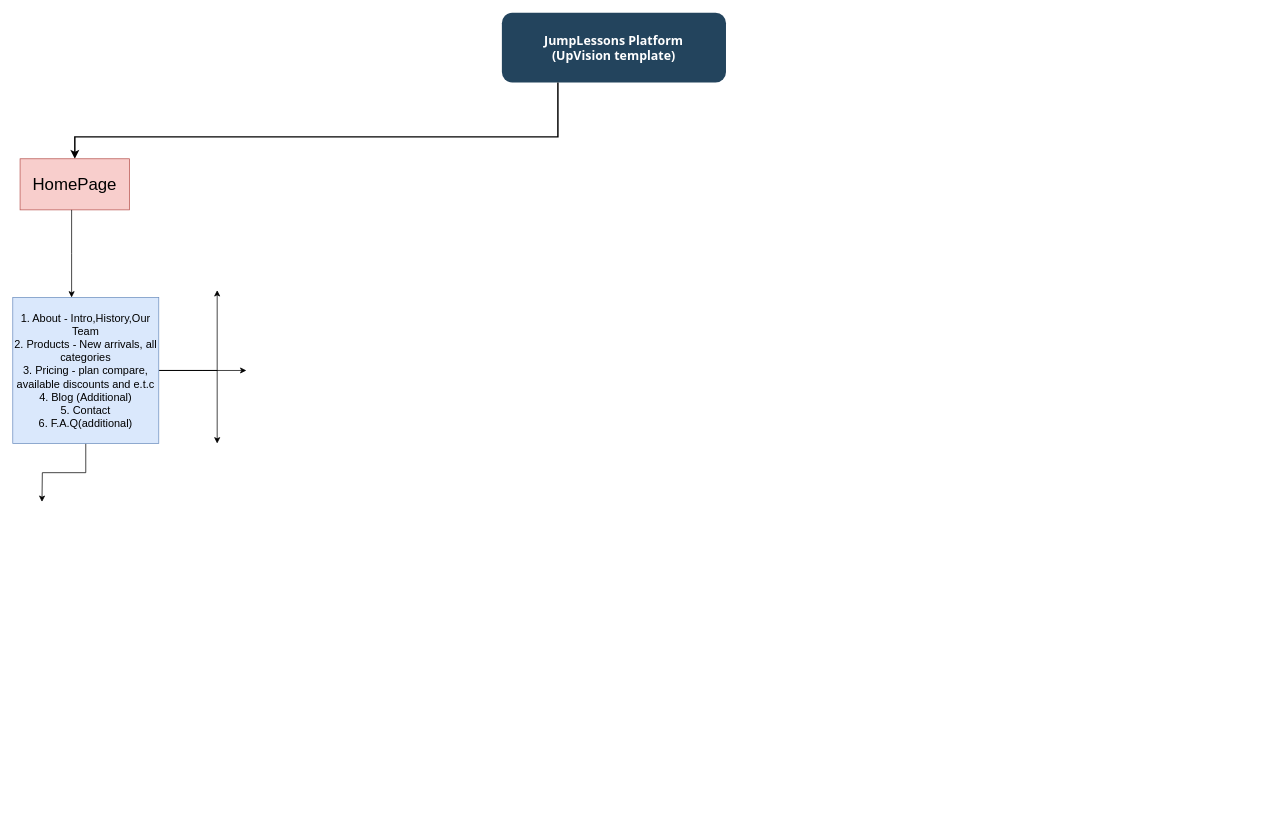
Before: Диаграмма без названия.drawio in ShangdiDeHuahey/nevermore, a draw.io diagram. Source tidied: cells renumbered, new cells numbered last; positions are measured from the earlier drawing's top-left corner, leaving out a move shared by most shapes. Both pictures are drawn from the tidied source at 73%, with x=0, y=0 at pixel (12, 12).
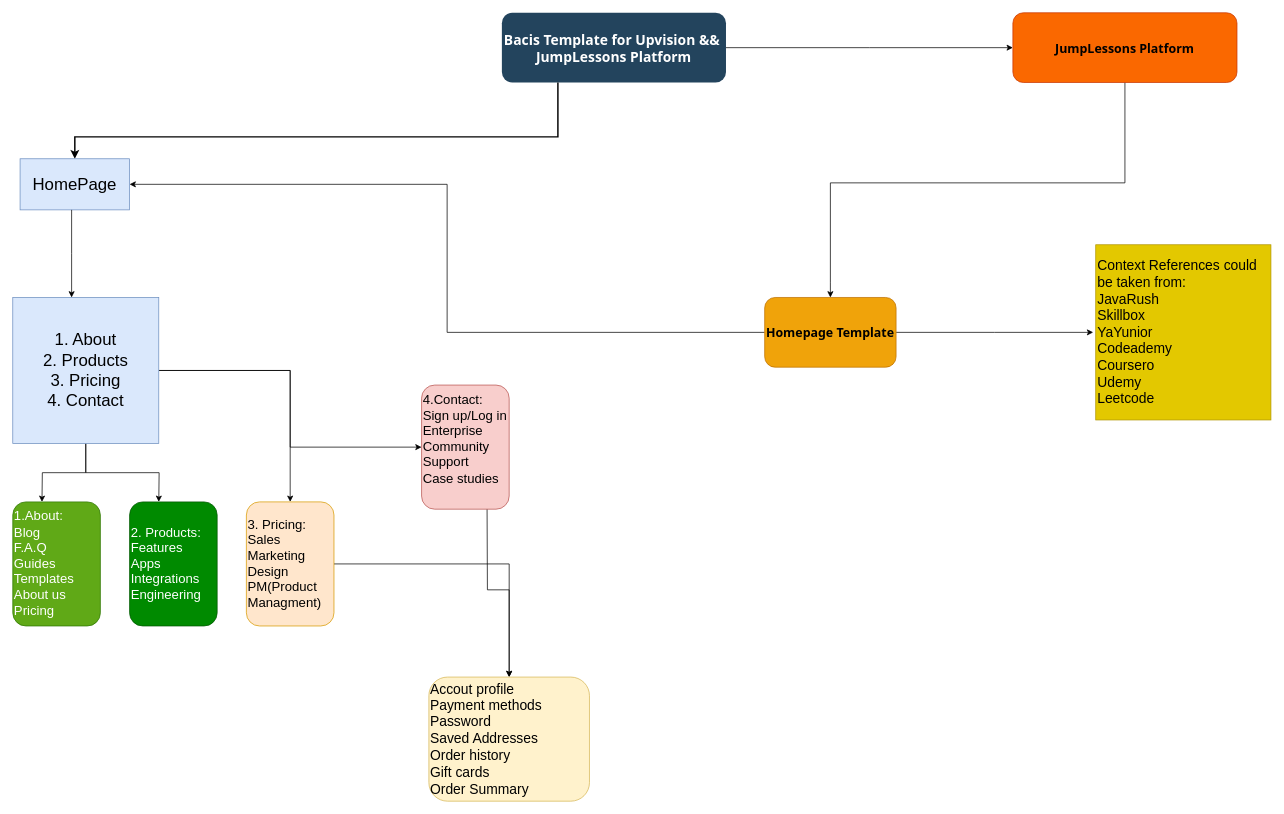
The same diagram, later.

Diff of the diagram source:
```diff
@@
+    <mxCell id="11" style="edgeStyle=orthogonalEdgeStyle;rounded=0;jettySize=auto;html=1;" parent="1" edge="1" source="2">
+      <mxGeometry relative="1" as="geometry">
+        <mxPoint x="1370" y="47.8" as="targetPoint" />
+      </mxGeometry>
+    </mxCell>
-    <mxCell id="2" value="JumpLessons Platform&#10;(UpVision template)" style="rounded=1;fillColor=#23445D;gradientColor=none;strokeColor=none;fontColor=#FFFFFF;fontStyle=1;fontFamily=Tahoma;fontSize=17;" parent="1" vertex="1">
+    <mxCell id="2" value="Bacis Template for Upvision &amp;&amp; &#10;JumpLessons Platform" style="rounded=1;fillColor=#23445D;gradientColor=none;strokeColor=none;fontColor=#FFFFFF;fontStyle=1;fontFamily=Tahoma;fontSize=19;strokeWidth=3;" parent="1" vertex="1">
       <mxGeometry x="670" width="307" height="95.5" as="geometry" />
     </mxCell>
@@
-    <mxCell id="4" value="&lt;font style=&quot;font-size: 23px;&quot;&gt;HomePage&lt;/font&gt;" style="rounded=0;whiteSpace=wrap;html=1;fillColor=#f8cecc;strokeColor=#b85450;" parent="1" vertex="1">
+    <mxCell id="4" value="&lt;font style=&quot;font-size: 23px;&quot;&gt;HomePage&lt;/font&gt;" style="rounded=0;whiteSpace=wrap;html=1;fillColor=#dae8fc;strokeColor=#6c8ebf;" parent="1" vertex="1">
       <mxGeometry x="10" y="200" width="150" height="70" as="geometry" />
     </mxCell>
@@
-    <mxCell id="6" style="edgeStyle=orthogonalEdgeStyle;rounded=0;jettySize=auto;html=1;" parent="1" edge="1" source="9">
-      <mxGeometry relative="1" as="geometry">
-        <mxPoint x="280" y="380" as="targetPoint" />
-        <Array as="points">
-          <mxPoint x="280" y="490" />
-        </Array>
-      </mxGeometry>
-    </mxCell>
-    <mxCell id="7" style="edgeStyle=orthogonalEdgeStyle;rounded=0;jettySize=auto;html=1;" parent="1" edge="1" source="9">
-      <mxGeometry relative="1" as="geometry">
-        <mxPoint x="320" y="490" as="targetPoint" />
-      </mxGeometry>
-    </mxCell>
-    <mxCell id="8" style="edgeStyle=orthogonalEdgeStyle;rounded=0;jettySize=auto;html=1;" parent="1" edge="1" source="9">
-      <mxGeometry relative="1" as="geometry">
-        <mxPoint x="280" y="590" as="targetPoint" />
-        <Array as="points">
-          <mxPoint x="280" y="490" />
-        </Array>
-      </mxGeometry>
-    </mxCell>
+    <mxCell id="12" style="edgeStyle=orthogonalEdgeStyle;rounded=0;jettySize=auto;html=1;" parent="1" edge="1" source="9">
+      <mxGeometry relative="1" as="geometry">
+        <mxPoint x="200" y="670" as="targetPoint" />
+      </mxGeometry>
+    </mxCell>
+    <mxCell id="13" style="edgeStyle=orthogonalEdgeStyle;rounded=0;jettySize=auto;html=1;" parent="1" edge="1" source="9" target="18">
+      <mxGeometry relative="1" as="geometry" />
+    </mxCell>
+    <mxCell id="14" style="edgeStyle=orthogonalEdgeStyle;rounded=0;jettySize=auto;html=1;" parent="1" edge="1" source="9" target="20">
+      <mxGeometry relative="1" as="geometry" />
+    </mxCell>
-    <mxCell id="9" value="&lt;font style=&quot;font-size: 15px;&quot;&gt;1. About - Intro,History,Our Team&lt;br&gt;2. Products - New arrivals, all categories&lt;br&gt;3. Pricing - plan compare, available discounts and e.t.c&lt;br&gt;4. Blog (Additional)&lt;br&gt;5. Contact&lt;br&gt;6. F.A.Q(additional)&lt;/font&gt;" style="whiteSpace=wrap;html=1;fillColor=#dae8fc;strokeColor=#6c8ebf;align=center;" parent="1" vertex="1">
+    <mxCell id="9" value="&lt;font style=&quot;font-size: 23px;&quot;&gt;1. About&lt;br&gt;2. Products&lt;br&gt;3. Pricing&lt;br&gt;4. Contact&lt;br&gt;&lt;/font&gt;" style="whiteSpace=wrap;html=1;fillColor=#dae8fc;strokeColor=#6c8ebf;align=center;" parent="1" vertex="1">
       <mxGeometry y="390" width="200" height="200" as="geometry" />
     </mxCell>
@@
+    <mxCell id="15" value="&lt;font style=&quot;font-size: 18px;&quot;&gt;1.About:&lt;br&gt;Blog&lt;br&gt;F.A.Q&lt;br&gt;Guides&lt;br&gt;Templates&lt;br&gt;About us&lt;br&gt;Pricing&lt;/font&gt;" style="rounded=1;whiteSpace=wrap;html=1;fillColor=#60a917;strokeColor=#2D7600;align=left;fontColor=#ffffff;" parent="1" vertex="1">
+      <mxGeometry y="670" width="120" height="170" as="geometry" />
+    </mxCell>
+    <mxCell id="16" value="&lt;span style=&quot;font-size: 18px;&quot;&gt;2. Products:&lt;br&gt;Features&lt;br&gt;Apps&lt;br&gt;Integrations&lt;br&gt;Engineering&lt;br&gt;&lt;/span&gt;" style="rounded=1;whiteSpace=wrap;html=1;fillColor=#008a00;strokeColor=#005700;align=left;fontColor=#ffffff;" parent="1" vertex="1">
+      <mxGeometry x="160" y="670" width="120" height="170" as="geometry" />
+    </mxCell>
+    <mxCell id="17" style="edgeStyle=orthogonalEdgeStyle;rounded=0;jettySize=auto;html=1;" parent="1" edge="1" source="18" target="21">
+      <mxGeometry relative="1" as="geometry" />
+    </mxCell>
+    <mxCell id="18" value="&lt;span style=&quot;font-size: 18px;&quot;&gt;3. Pricing:&lt;br&gt;Sales&lt;br&gt;Marketing&lt;br&gt;Design&lt;br&gt;PM(Product Managment)&lt;br&gt;&lt;/span&gt;" style="rounded=1;whiteSpace=wrap;html=1;fillColor=#ffe6cc;strokeColor=#d79b00;align=left;" parent="1" vertex="1">
+      <mxGeometry x="320" y="670" width="120" height="170" as="geometry" />
+    </mxCell>
+    <mxCell id="19" style="edgeStyle=orthogonalEdgeStyle;rounded=0;jettySize=auto;html=1;" parent="1" edge="1" target="21">
+      <mxGeometry relative="1" as="geometry">
+        <mxPoint x="649.7" y="670" as="sourcePoint" />
+      </mxGeometry>
+    </mxCell>
+    <mxCell id="20" value="&lt;span style=&quot;font-size: 18px;&quot;&gt;4.Contact:&lt;br&gt;Sign up/Log in&lt;br&gt;Enterprise&lt;br&gt;Community&lt;br&gt;Support&lt;br&gt;Case studies&lt;br&gt;&lt;br&gt;&lt;/span&gt;" style="rounded=1;whiteSpace=wrap;html=1;fillColor=#f8cecc;strokeColor=#b85450;align=left;" parent="1" vertex="1">
+      <mxGeometry x="560" y="510" width="120" height="170" as="geometry" />
+    </mxCell>
+    <mxCell id="21" value="&lt;font style=&quot;font-size: 19px;&quot;&gt;Accout profile&lt;br&gt;Payment methods&lt;br&gt;Password&lt;br&gt;Saved Addresses&lt;br&gt;Order history&lt;br&gt;Gift cards&lt;br&gt;Order Summary&lt;/font&gt;" style="rounded=1;whiteSpace=wrap;html=1;fillColor=#fff2cc;strokeColor=#d6b656;align=left;" parent="1" vertex="1">
+      <mxGeometry x="570" y="910" width="220" height="170" as="geometry" />
+    </mxCell>
+    <mxCell id="22" style="edgeStyle=orthogonalEdgeStyle;rounded=0;jettySize=auto;html=1;" parent="1" edge="1" source="23">
+      <mxGeometry relative="1" as="geometry">
+        <mxPoint x="1120" y="390" as="targetPoint" />
+        <Array as="points">
+          <mxPoint x="1524" y="233" />
+          <mxPoint x="1120" y="233" />
+          <mxPoint x="1120" y="370" />
+        </Array>
+      </mxGeometry>
+    </mxCell>
+    <mxCell id="23" value="JumpLessons Platform" style="rounded=1;fillColor=#fa6800;strokeColor=#C73500;fontColor=#000000;fontStyle=1;fontFamily=Tahoma;fontSize=17;" parent="1" vertex="1">
+      <mxGeometry x="1370" width="307" height="95.5" as="geometry" />
+    </mxCell>
+    <mxCell id="24" style="edgeStyle=orthogonalEdgeStyle;rounded=0;jettySize=auto;html=1;entryX=1;entryY=0.5;entryDx=0;entryDy=0;" parent="1" edge="1" source="26" target="4">
+      <mxGeometry relative="1" as="geometry" />
+    </mxCell>
+    <mxCell id="25" style="edgeStyle=orthogonalEdgeStyle;rounded=0;jettySize=auto;html=1;" parent="1" edge="1" source="26">
+      <mxGeometry relative="1" as="geometry">
+        <mxPoint x="1480" y="437.8" as="targetPoint" />
+      </mxGeometry>
+    </mxCell>
+    <mxCell id="26" value="Homepage Template" style="rounded=1;fillColor=#f0a30a;strokeColor=#BD7000;fontColor=#000000;fontStyle=1;fontFamily=Tahoma;fontSize=17;" parent="1" vertex="1">
+      <mxGeometry x="1030" y="390" width="180" height="95.5" as="geometry" />
+    </mxCell>
+    <mxCell id="27" value="&lt;font style=&quot;font-size: 19px;&quot;&gt;Context References could be taken from:&lt;br&gt;JavaRush&lt;br&gt;Skillbox&lt;br&gt;YaYunior&lt;br&gt;Codeademy&lt;br&gt;Coursero&lt;br&gt;Udemy&lt;br&gt;Leetcode&lt;/font&gt;" style="whiteSpace=wrap;html=1;fillColor=#e3c800;fontColor=#000000;strokeColor=#B09500;align=left;" parent="1" vertex="1">
+      <mxGeometry x="1483.5" y="317.8" width="240" height="240" as="geometry" />
+    </mxCell>
```
